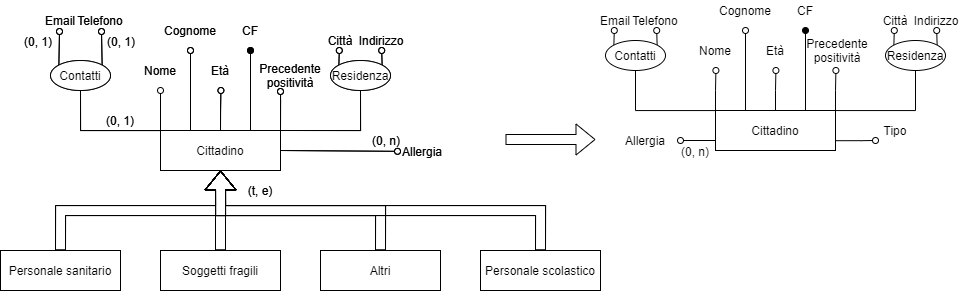
TheFlonet/DB keeps this draw.io diagram as res/ER-Gen.Cittadino.png. Above is the earlier version. Source tidied: cells renumbered, new cells last; positions are measured from the earlier drawing's top-left corner, leaving out a move shared by most shapes.
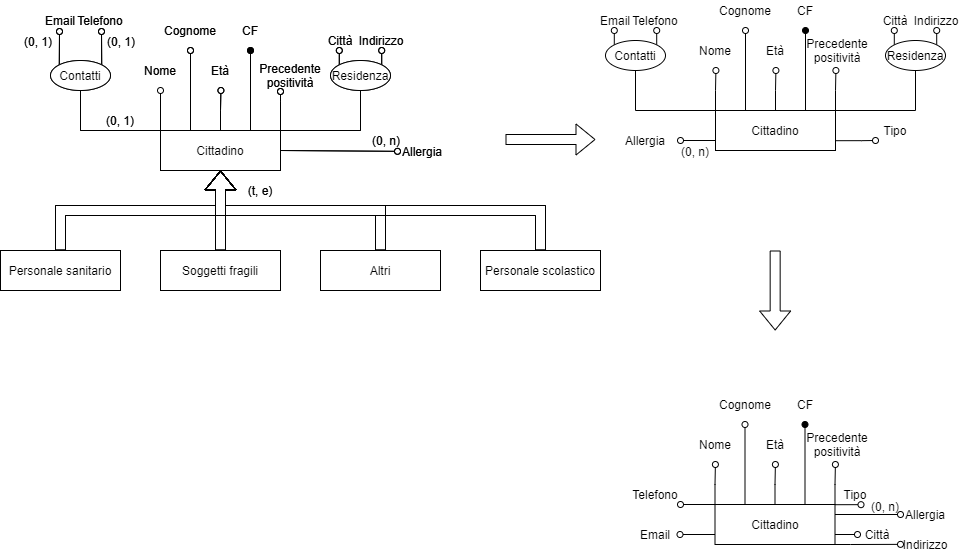
The same diagram one commit later.

Change to the diagram source:
```diff
@@ -439,5 +439,120 @@
     <mxCell id="105" value="(0, n)" style="text;html=1;strokeColor=none;fillColor=none;align=center;verticalAlign=middle;whiteSpace=wrap;rounded=0;" parent="1" vertex="1">
       <mxGeometry x="675" y="141" width="40" height="20" as="geometry" />
     </mxCell>
+    <mxCell id="106" style="shape=flexArrow;endArrow=classic;html=1;" parent="1" edge="1">
+      <mxGeometry relative="1" as="geometry">
+        <mxPoint x="774.7" y="250" as="sourcePoint" />
+        <mxPoint x="774.7" y="330" as="targetPoint" />
+      </mxGeometry>
+    </mxCell>
+    <mxCell id="107" style="edgeStyle=orthogonalEdgeStyle;rounded=0;jettySize=auto;html=1;exitX=0.25;exitY=0;exitDx=0;exitDy=0;startArrow=none;startFill=0;endArrow=oval;endFill=0;" parent="1" edge="1" source="115">
+      <mxGeometry relative="1" as="geometry">
+        <mxPoint x="744.5" y="424" as="targetPoint" />
+      </mxGeometry>
+    </mxCell>
+    <mxCell id="108" style="edgeStyle=orthogonalEdgeStyle;rounded=0;jettySize=auto;html=1;exitX=0.5;exitY=0;exitDx=0;exitDy=0;startArrow=none;startFill=0;endArrow=oval;endFill=0;" parent="1" edge="1" source="115">
+      <mxGeometry relative="1" as="geometry">
+        <mxPoint x="774.9" y="464" as="targetPoint" />
+      </mxGeometry>
+    </mxCell>
+    <mxCell id="109" style="edgeStyle=orthogonalEdgeStyle;rounded=0;jettySize=auto;html=1;exitX=0.75;exitY=0;exitDx=0;exitDy=0;startArrow=none;startFill=0;endArrow=oval;endFill=1;" parent="1" edge="1" source="115">
+      <mxGeometry relative="1" as="geometry">
+        <mxPoint x="804.5" y="424" as="targetPoint" />
+      </mxGeometry>
+    </mxCell>
+    <mxCell id="110" style="edgeStyle=orthogonalEdgeStyle;rounded=0;jettySize=auto;html=1;exitX=0;exitY=0.75;exitDx=0;exitDy=0;endArrow=oval;endFill=0;" parent="1" edge="1" source="115">
+      <mxGeometry relative="1" as="geometry">
+        <mxPoint x="679.5" y="534" as="targetPoint" />
+      </mxGeometry>
+    </mxCell>
+    <mxCell id="111" style="edgeStyle=orthogonalEdgeStyle;rounded=0;jettySize=auto;html=1;exitX=0;exitY=0;exitDx=0;exitDy=0;endArrow=oval;endFill=0;" parent="1" edge="1" source="115">
+      <mxGeometry relative="1" as="geometry">
+        <mxPoint x="680" y="503.9" as="targetPoint" />
+      </mxGeometry>
+    </mxCell>
+    <mxCell id="112" style="edgeStyle=orthogonalEdgeStyle;rounded=0;jettySize=auto;html=1;exitX=1;exitY=0.25;exitDx=0;exitDy=0;endArrow=oval;endFill=0;" parent="1" edge="1" source="115">
+      <mxGeometry relative="1" as="geometry">
+        <mxPoint x="900" y="514" as="targetPoint" />
+      </mxGeometry>
+    </mxCell>
+    <mxCell id="113" style="edgeStyle=orthogonalEdgeStyle;rounded=0;jettySize=auto;html=1;exitX=1;exitY=1;exitDx=0;exitDy=0;endArrow=oval;endFill=0;" parent="1" edge="1" source="115">
+      <mxGeometry relative="1" as="geometry">
+        <mxPoint x="900" y="543.9" as="targetPoint" />
+        <Array as="points">
+          <mxPoint x="850" y="544" />
+          <mxPoint x="850" y="544" />
+        </Array>
+      </mxGeometry>
+    </mxCell>
+    <mxCell id="114" style="edgeStyle=orthogonalEdgeStyle;rounded=0;jettySize=auto;html=1;exitX=1;exitY=0.75;exitDx=0;exitDy=0;entryX=0;entryY=0.5;entryDx=0;entryDy=0;endArrow=oval;endFill=0;" parent="1" edge="1" source="115" target="125">
+      <mxGeometry relative="1" as="geometry" />
+    </mxCell>
+    <mxCell id="115" value="Cittadino" style="whiteSpace=wrap;html=1;align=center;" parent="1" vertex="1">
+      <mxGeometry x="714.5" y="504" width="120" height="40" as="geometry" />
+    </mxCell>
+    <mxCell id="116" style="edgeStyle=orthogonalEdgeStyle;rounded=0;orthogonalLoop=1;jettySize=auto;html=1;exitX=0;exitY=0;exitDx=0;exitDy=0;startArrow=none;startFill=0;endArrow=oval;endFill=0;" parent="1" edge="1">
+      <mxGeometry relative="1" as="geometry">
+        <mxPoint x="834.5" y="504" as="sourcePoint" />
+        <mxPoint x="834.9" y="464" as="targetPoint" />
+        <Array as="points">
+          <mxPoint x="834.5" y="484" />
+        </Array>
+      </mxGeometry>
+    </mxCell>
+    <mxCell id="117" style="edgeStyle=orthogonalEdgeStyle;rounded=0;orthogonalLoop=1;jettySize=auto;html=1;exitX=1;exitY=0;exitDx=0;exitDy=0;startArrow=none;startFill=0;endArrow=oval;endFill=0;" parent="1" edge="1">
+      <mxGeometry relative="1" as="geometry">
+        <mxPoint x="714.5" y="504" as="sourcePoint" />
+        <mxPoint x="714.9" y="464" as="targetPoint" />
+        <Array as="points">
+          <mxPoint x="714.5" y="484" />
+        </Array>
+      </mxGeometry>
+    </mxCell>
+    <mxCell id="118" value="Nome" style="text;html=1;strokeColor=none;fillColor=none;align=center;verticalAlign=middle;whiteSpace=wrap;rounded=0;" parent="1" vertex="1">
+      <mxGeometry x="694.5" y="434" width="40" height="20" as="geometry" />
+    </mxCell>
+    <mxCell id="119" value="Età" style="text;html=1;strokeColor=none;fillColor=none;align=center;verticalAlign=middle;whiteSpace=wrap;rounded=0;" parent="1" vertex="1">
+      <mxGeometry x="754.5" y="434" width="40" height="20" as="geometry" />
+    </mxCell>
+    <mxCell id="120" value="Precedente positività" style="text;html=1;strokeColor=none;fillColor=none;align=center;verticalAlign=middle;whiteSpace=wrap;rounded=0;" parent="1" vertex="1">
+      <mxGeometry x="816.5" y="434" width="40" height="20" as="geometry" />
+    </mxCell>
+    <mxCell id="121" value="CF" style="text;html=1;strokeColor=none;fillColor=none;align=center;verticalAlign=middle;whiteSpace=wrap;rounded=0;" parent="1" vertex="1">
+      <mxGeometry x="784.5" y="394" width="40" height="20" as="geometry" />
+    </mxCell>
+    <mxCell id="122" value="Cognome" style="text;html=1;strokeColor=none;fillColor=none;align=center;verticalAlign=middle;whiteSpace=wrap;rounded=0;" parent="1" vertex="1">
+      <mxGeometry x="724.5" y="394" width="40" height="20" as="geometry" />
+    </mxCell>
+    <mxCell id="123" value="Email" style="text;html=1;strokeColor=none;fillColor=none;align=center;verticalAlign=middle;whiteSpace=wrap;rounded=0;" parent="1" vertex="1">
+      <mxGeometry x="635" y="524" width="40" height="20" as="geometry" />
+    </mxCell>
+    <mxCell id="124" value="Telefono" style="text;html=1;strokeColor=none;fillColor=none;align=center;verticalAlign=middle;whiteSpace=wrap;rounded=0;" parent="1" vertex="1">
+      <mxGeometry x="635" y="484" width="40" height="20" as="geometry" />
+    </mxCell>
+    <mxCell id="125" value="Città" style="text;html=1;strokeColor=none;fillColor=none;align=center;verticalAlign=middle;whiteSpace=wrap;rounded=0;" parent="1" vertex="1">
+      <mxGeometry x="857" y="524" width="40" height="20" as="geometry" />
+    </mxCell>
+    <mxCell id="126" value="Indirizzo" style="text;html=1;strokeColor=none;fillColor=none;align=center;verticalAlign=middle;whiteSpace=wrap;rounded=0;" parent="1" vertex="1">
+      <mxGeometry x="905" y="534" width="40" height="20" as="geometry" />
+    </mxCell>
+    <mxCell id="127" style="edgeStyle=orthogonalEdgeStyle;rounded=0;orthogonalLoop=1;jettySize=auto;html=1;exitX=1;exitY=0.75;exitDx=0;exitDy=0;endArrow=oval;endFill=0;" parent="1" edge="1">
+      <mxGeometry relative="1" as="geometry">
+        <mxPoint x="834.5" y="504.2" as="sourcePoint" />
+        <mxPoint x="861" y="504" as="targetPoint" />
+        <Array as="points">
+          <mxPoint x="860.5" y="504" />
+          <mxPoint x="860.5" y="504" />
+        </Array>
+      </mxGeometry>
+    </mxCell>
+    <mxCell id="128" value="Tipo" style="text;html=1;strokeColor=none;fillColor=none;align=center;verticalAlign=middle;whiteSpace=wrap;rounded=0;" parent="1" vertex="1">
+      <mxGeometry x="835" y="484" width="40" height="20" as="geometry" />
+    </mxCell>
+    <mxCell id="129" value="Allergia" style="text;html=1;strokeColor=none;fillColor=none;align=center;verticalAlign=middle;whiteSpace=wrap;rounded=0;" parent="1" vertex="1">
+      <mxGeometry x="905" y="504" width="40" height="20" as="geometry" />
+    </mxCell>
+    <mxCell id="130" value="(0, n)" style="text;html=1;strokeColor=none;fillColor=none;align=center;verticalAlign=middle;whiteSpace=wrap;rounded=0;" parent="1" vertex="1">
+      <mxGeometry x="865" y="496" width="40" height="20" as="geometry" />
+    </mxCell>
   </root>
 </mxGraphModel>
```
